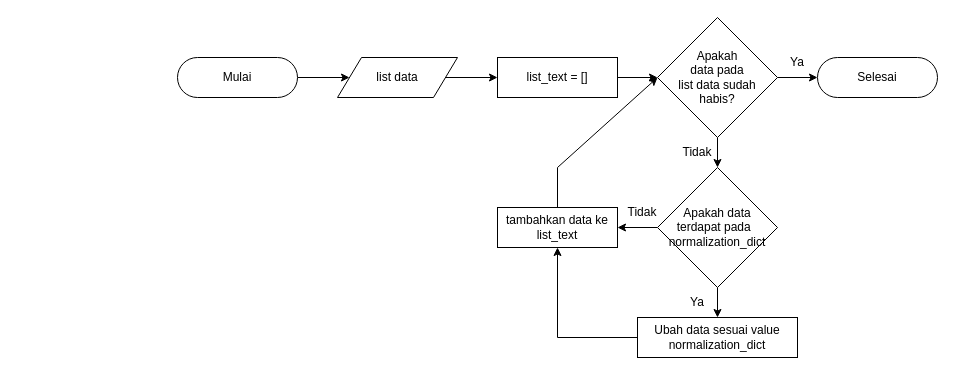
The draw.io diagram page "Normalization" (6 of 9) of Untitled Diagram.drawio in mksyfla/analysis-sentiment-using-svm, before the edit. Source tidied: cells renumbered, new cells numbered last; positions are measured from the earlier drawing's top-left corner, leaving out a move shared by most shapes. Both pictures are drawn from the tidied source at 100%, with x=0, y=0 at pixel (177, 17).
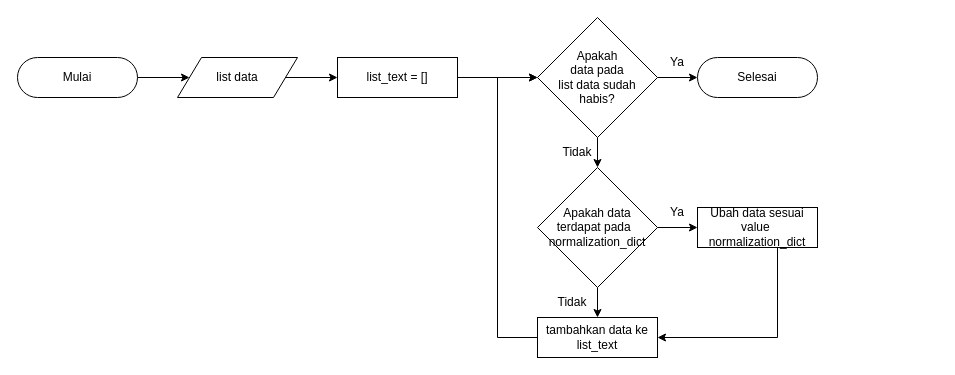
Above is the later version.

The edit, as a diff of the source:
```diff
@@
     <mxCell id="3" value="Mulai" style="html=1;dashed=0;whiteSpace=wrap;shape=mxgraph.dfd.start;" parent="1" vertex="1">
-      <mxGeometry y="40" width="120" height="40" as="geometry" />
+      <mxGeometry x="-160" y="40" width="120" height="40" as="geometry" />
     </mxCell>
     <mxCell id="4" value="Selesai" style="html=1;dashed=0;whiteSpace=wrap;shape=mxgraph.dfd.start;" parent="1" vertex="1">
-      <mxGeometry x="640" y="40" width="120" height="40" as="geometry" />
+      <mxGeometry x="520" y="40" width="120" height="40" as="geometry" />
     </mxCell>
@@
     <mxCell id="7" value="&lt;div&gt;Apakah&lt;/div&gt;&lt;div&gt;data pada&lt;/div&gt;&lt;div&gt;list data sudah&lt;/div&gt;&lt;div&gt;habis?&lt;/div&gt;" style="strokeWidth=1;html=1;shape=mxgraph.flowchart.decision;whiteSpace=wrap;" parent="1" vertex="1">
-      <mxGeometry x="480" width="120" height="120" as="geometry" />
+      <mxGeometry x="360" width="120" height="120" as="geometry" />
     </mxCell>
@@
     <mxCell id="9" value="list_text = []" style="html=1;dashed=0;whiteSpace=wrap;" parent="1" vertex="1">
-      <mxGeometry x="320" y="40" width="120" height="40" as="geometry" />
+      <mxGeometry x="160" y="40" width="120" height="40" as="geometry" />
     </mxCell>
@@
     <mxCell id="11" value="list data" style="shape=parallelogram;perimeter=parallelogramPerimeter;whiteSpace=wrap;html=1;dashed=0;" parent="1" vertex="1">
-      <mxGeometry x="160" y="40" width="120" height="40" as="geometry" />
+      <mxGeometry y="40" width="120" height="40" as="geometry" />
     </mxCell>
@@
     <mxCell id="14" value="&lt;div&gt;Apakah data&lt;/div&gt;&lt;div&gt;terdapat pada&amp;nbsp;&amp;nbsp;&lt;/div&gt;&lt;div&gt;normalization_dict&lt;/div&gt;" style="strokeWidth=1;html=1;shape=mxgraph.flowchart.decision;whiteSpace=wrap;" parent="1" vertex="1">
-      <mxGeometry x="480" y="150" width="120" height="120" as="geometry" />
+      <mxGeometry x="360" y="150" width="120" height="120" as="geometry" />
     </mxCell>
-    <mxCell id="15" style="rounded=0;jettySize=auto;html=1;entryX=0;entryY=0.5;entryDx=0;entryDy=0;entryPerimeter=0;" parent="1" edge="1" source="16" target="7">
+    <mxCell id="15" style="rounded=0;jettySize=auto;html=1;entryX=0;entryY=0.5;entryDx=0;entryDy=0;entryPerimeter=0;edgeStyle=orthogonalEdgeStyle;" parent="1" edge="1" source="16" target="7">
       <mxGeometry relative="1" as="geometry">
         <Array as="points">
-          <mxPoint x="380" y="150" />
+          <mxPoint x="320" y="320" />
+          <mxPoint x="320" y="60" />
         </Array>
       </mxGeometry>
     </mxCell>
     <mxCell id="16" value="tambahkan data ke list_text" style="html=1;dashed=0;whiteSpace=wrap;" parent="1" vertex="1">
-      <mxGeometry x="320" y="190" width="120" height="40" as="geometry" />
+      <mxGeometry x="360" y="300" width="120" height="40" as="geometry" />
     </mxCell>
     <mxCell id="17" style="edgeStyle=orthogonalEdgeStyle;rounded=0;jettySize=auto;html=1;" parent="1" edge="1" source="18" target="16">
-      <mxGeometry relative="1" as="geometry" />
+      <mxGeometry relative="1" as="geometry">
+        <Array as="points">
+          <mxPoint x="600" y="320" />
+        </Array>
+      </mxGeometry>
     </mxCell>
-    <mxCell id="18" value="&lt;div&gt;Ubah data sesuai value&lt;/div&gt;&lt;div&gt;normalization_dict&lt;/div&gt;" style="html=1;dashed=0;whiteSpace=wrap;" parent="1" vertex="1">
-      <mxGeometry x="460" y="300" width="160" height="40" as="geometry" />
+    <mxCell id="18" value="&lt;div&gt;Ubah data sesuai value&amp;nbsp;&lt;/div&gt;&lt;div&gt;normalization_dict&lt;/div&gt;" style="html=1;dashed=0;whiteSpace=wrap;" parent="1" vertex="1">
+      <mxGeometry x="520" y="190" width="120" height="40" as="geometry" />
     </mxCell>
     <mxCell id="19" value="Ya" style="text;html=1;align=center;verticalAlign=middle;whiteSpace=wrap;rounded=0;" parent="1" vertex="1">
-      <mxGeometry x="600" y="30" width="40" height="30" as="geometry" />
+      <mxGeometry x="480" y="30" width="40" height="30" as="geometry" />
     </mxCell>
     <mxCell id="20" value="Tidak" style="text;html=1;align=center;verticalAlign=middle;whiteSpace=wrap;rounded=0;" parent="1" vertex="1">
-      <mxGeometry x="500" y="120" width="40" height="30" as="geometry" />
+      <mxGeometry x="380" y="120" width="40" height="30" as="geometry" />
     </mxCell>
     <mxCell id="21" value="Ya" style="text;html=1;align=center;verticalAlign=middle;whiteSpace=wrap;rounded=0;" parent="1" vertex="1">
-      <mxGeometry x="500" y="270" width="40" height="30" as="geometry" />
+      <mxGeometry x="480" y="180" width="40" height="30" as="geometry" />
     </mxCell>
     <mxCell id="22" value="Tidak" style="text;html=1;align=center;verticalAlign=middle;whiteSpace=wrap;rounded=0;" parent="1" vertex="1">
-      <mxGeometry x="440" y="180" width="50" height="30" as="geometry" />
+      <mxGeometry x="370" y="270" width="50" height="30" as="geometry" />
     </mxCell>
```
